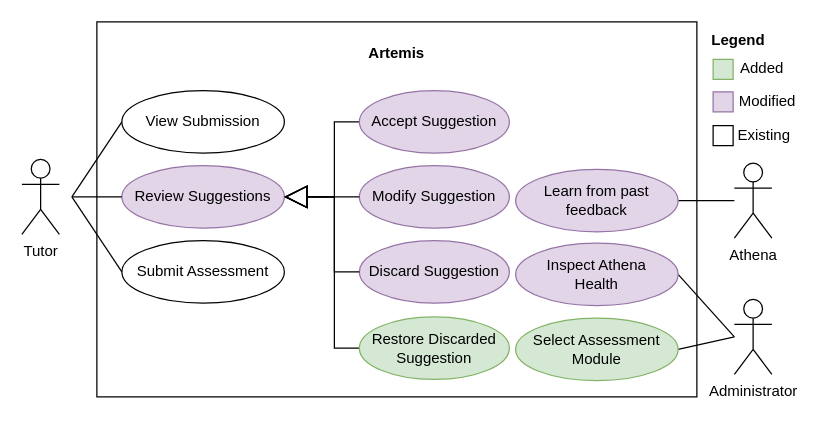
This is page "artemis" (1 of 3) of figures/src/use-case.drawio from pal03377/master-thesis, a draw.io file, before an edit. Source tidied: cells renumbered, new cells numbered last; positions are measured from the earlier drawing's top-left corner, leaving out a move shared by most shapes. Both pictures are drawn from the tidied source at 125%, with x=0, y=0 at pixel (21, 21).
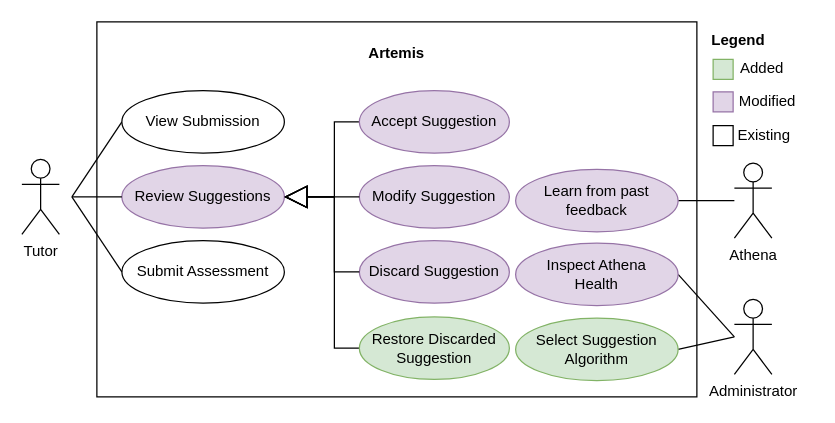
The same page after the edit.

Change to the diagram source:
```diff
@@
-    <mxCell id="34" value="Select Assessment Module" style="ellipse;whiteSpace=wrap;html=1;fillColor=#d5e8d4;strokeColor=#82b366;" parent="1" vertex="1">
+    <mxCell id="34" value="Select Suggestion Algorithm" style="ellipse;whiteSpace=wrap;html=1;fillColor=#d5e8d4;strokeColor=#82b366;" parent="1" vertex="1">
       <mxGeometry x="395" y="237" width="130" height="50" as="geometry" />
     </mxCell>
```
